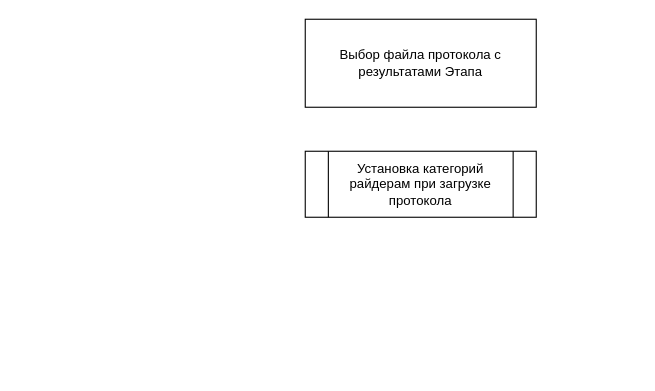
Above: page "Download a protocol stage" (3 of 5) of documents/Диаграмма без названия.drawio in caH40/bot_komon_v2 (draw.io), before the change. Source tidied: cells renumbered, new cells numbered last; positions are measured from the earlier drawing's top-left corner, leaving out a move shared by most shapes. Both pictures are drawn from the tidied source at 110%, with x=0, y=0 at pixel (305, 19).
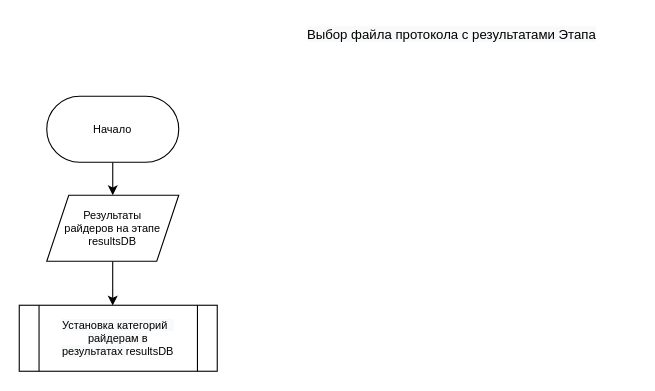
The same page after the edit.

Commit message:
added change category after update.drawio

Change to the diagram source:
```diff
@@
 <mxGraphModel>
   <root>
     <mxCell id="0" />
     <mxCell id="1" parent="0" />
+    <mxCell id="4" style="edgeStyle=orthogonalEdgeStyle;rounded=0;jettySize=auto;html=1;entryX=0.5;entryY=0;entryDx=0;entryDy=0;fontSize=10;" parent="1" edge="1" source="5" target="7">
+      <mxGeometry relative="1" as="geometry" />
+    </mxCell>
+    <mxCell id="5" value="Начало" style="rounded=1;whiteSpace=wrap;html=1;fontSize=10;arcSize=50;" parent="1" vertex="1">
+      <mxGeometry x="-235" y="70" width="120" height="60" as="geometry" />
+    </mxCell>
+    <mxCell id="6" style="edgeStyle=orthogonalEdgeStyle;rounded=0;jettySize=auto;html=1;entryX=0.472;entryY=0.005;entryDx=0;entryDy=0;entryPerimeter=0;fontSize=10;" parent="1" edge="1" source="7" target="8">
+      <mxGeometry relative="1" as="geometry" />
+    </mxCell>
+    <mxCell id="7" value="Результаты&lt;br&gt;райдеров на этапе&lt;br&gt;resultsDB" style="shape=parallelogram;perimeter=parallelogramPerimeter;whiteSpace=wrap;html=1;fixedSize=1;fontSize=10;" parent="1" vertex="1">
+      <mxGeometry x="-235" y="160" width="120" height="60" as="geometry" />
+    </mxCell>
-    <mxCell id="2" value="Выбор файла протокола с результатами Этапа" style="rounded=0;whiteSpace=wrap;html=1;" parent="1" vertex="1">
-      <mxGeometry width="210" height="80" as="geometry" />
+    <mxCell id="2" value="&lt;span style=&quot;color: rgb(0, 0, 0); font-family: Helvetica; font-size: 12px; font-style: normal; font-variant-ligatures: normal; font-variant-caps: normal; font-weight: 400; letter-spacing: normal; orphans: 2; text-align: center; text-indent: 0px; text-transform: none; widows: 2; word-spacing: 0px; -webkit-text-stroke-width: 0px; background-color: rgb(248, 249, 250); text-decoration-thickness: initial; text-decoration-style: initial; text-decoration-color: initial; float: none; display: inline !important;&quot;&gt;Выбор файла протокола с результатами Этапа&lt;/span&gt;" style="text;whiteSpace=wrap;html=1;fontSize=10;" parent="1" vertex="1">
+      <mxGeometry width="300" height="40" as="geometry" />
     </mxCell>
-    <mxCell id="3" value="Установка категорий райдерам при загрузке протокола" style="shape=process;whiteSpace=wrap;html=1;backgroundOutline=1;" parent="1" vertex="1">
-      <mxGeometry y="120" width="210" height="60" as="geometry" />
-    </mxCell>
+    <mxCell id="8" value="&lt;font style=&quot;font-size: 10px;&quot;&gt;&lt;span style=&quot;color: rgb(0, 0, 0); font-family: Helvetica; font-style: normal; font-variant-ligatures: normal; font-variant-caps: normal; font-weight: 400; letter-spacing: normal; orphans: 2; text-align: center; text-indent: 0px; text-transform: none; widows: 2; word-spacing: 0px; -webkit-text-stroke-width: 0px; background-color: rgb(248, 249, 250); text-decoration-thickness: initial; text-decoration-style: initial; text-decoration-color: initial; float: none; display: inline !important;&quot;&gt;Установка категорий&amp;nbsp;&amp;nbsp;&lt;br&gt;райдерам в результатах&amp;nbsp;&lt;/span&gt;resultsDB&lt;br&gt;&lt;/font&gt;" style="shape=process;whiteSpace=wrap;html=1;backgroundOutline=1;fontSize=10;" parent="1" vertex="1">
+      <mxGeometry x="-260" y="260" width="180" height="60" as="geometry" />
+    </mxCell>
   </root>
 </mxGraphModel>
```
